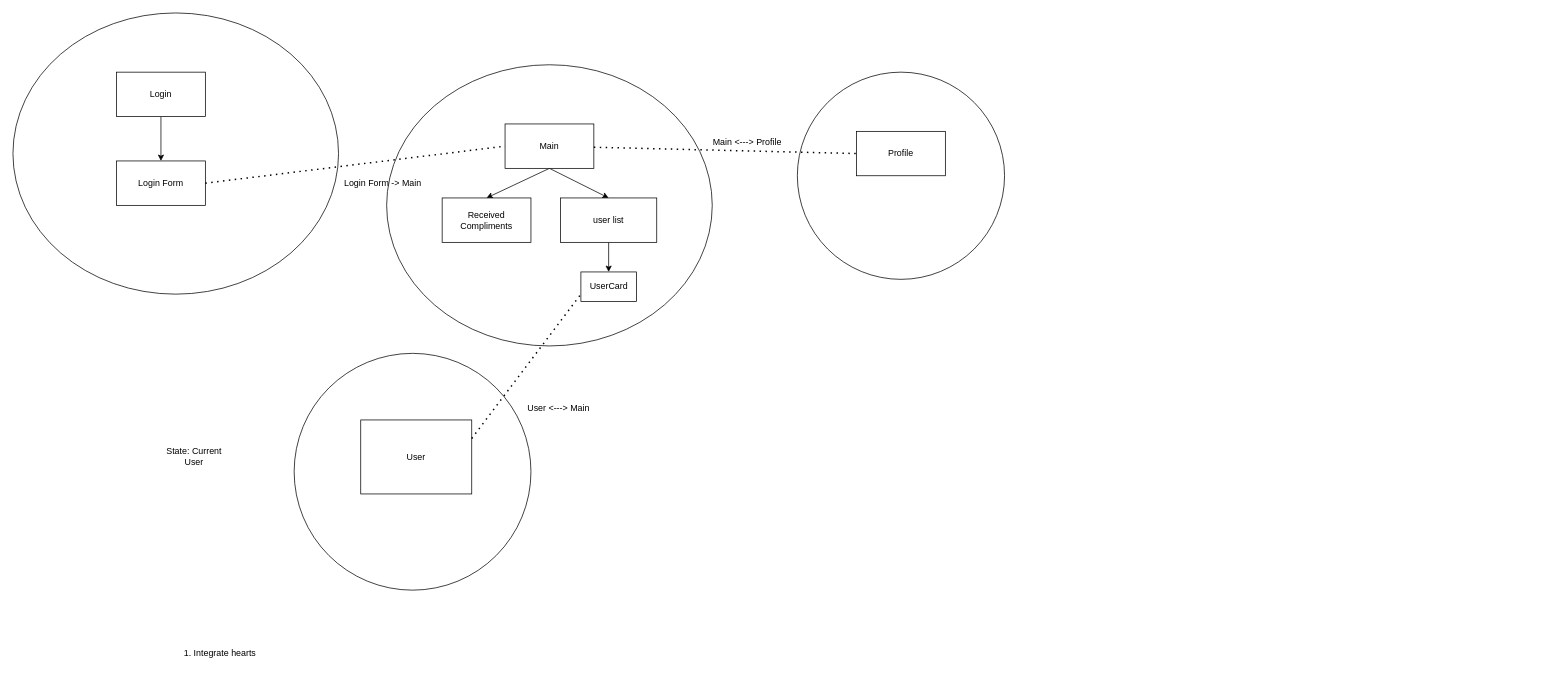
Before: client/src/components/componentMap.drawio in ekollie/phase-4-project, a draw.io diagram. Source tidied: cells renumbered, new cells numbered last; positions are measured from the earlier drawing's top-left corner, leaving out a move shared by most shapes. Both pictures are drawn from the tidied source at 74%, with x=0, y=0 at pixel (13, 13).
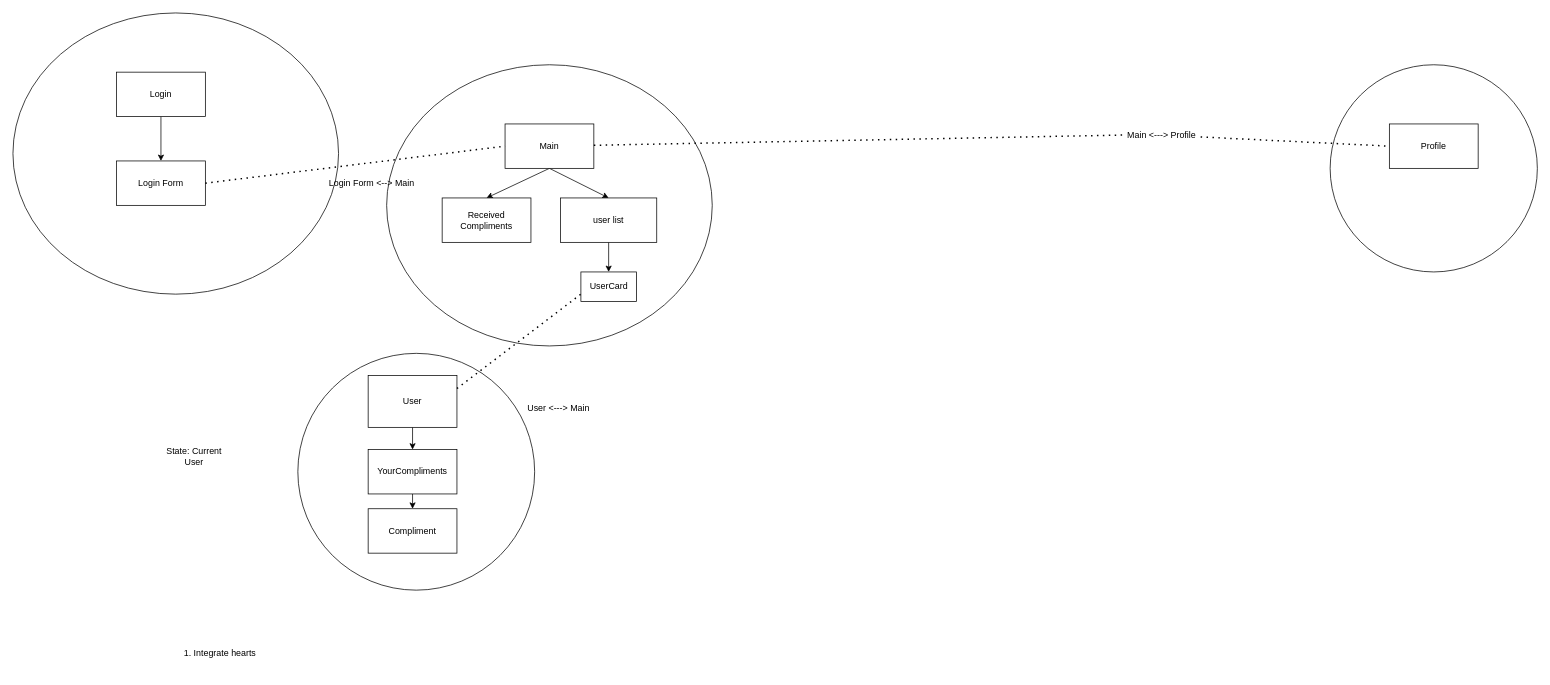
The same diagram, later.

Unchanged cells that the change refers to:
```xml
<mxCell id="5" value="Main" style="rounded=0;whiteSpace=wrap;html=1;" parent="1" vertex="1">
  <mxGeometry x="665" y="150" width="120" height="60" as="geometry" />
</mxCell>
```

Diff of the diagram source:
```diff
@@
-    <mxCell id="14" value="Login Form -&amp;gt; Main" style="text;html=1;strokeColor=none;fillColor=none;align=center;verticalAlign=middle;whiteSpace=wrap;rounded=0;" parent="1" vertex="1">
-      <mxGeometry x="435" y="210" width="130" height="40" as="geometry" />
+    <mxCell id="14" value="Login Form &amp;lt;--&amp;gt; Main" style="text;html=1;strokeColor=none;fillColor=none;align=center;verticalAlign=middle;whiteSpace=wrap;rounded=0;" parent="1" vertex="1">
+      <mxGeometry x="420" y="210" width="130" height="40" as="geometry" />
     </mxCell>
@@
     <mxCell id="16" style="ellipse;whiteSpace=wrap;html=1;" parent="1" vertex="1">
-      <mxGeometry x="380" y="460" width="320" height="320" as="geometry" />
+      <mxGeometry x="385" y="460" width="320" height="320" as="geometry" />
     </mxCell>
+    <mxCell id="26" style="edgeStyle=none;html=1;exitX=0.5;exitY=1;exitDx=0;exitDy=0;entryX=0.5;entryY=0;entryDx=0;entryDy=0;" parent="1" edge="1" source="17" target="28">
+      <mxGeometry relative="1" as="geometry" />
+    </mxCell>
     <mxCell id="17" value="User" style="rounded=0;whiteSpace=wrap;html=1;" parent="1" vertex="1">
-      <mxGeometry x="470" y="550" width="150" height="100" as="geometry" />
+      <mxGeometry x="480" y="490" width="120" height="70" as="geometry" />
     </mxCell>
@@
     <mxCell id="20" style="ellipse;whiteSpace=wrap;html=1;" parent="1" vertex="1">
-      <mxGeometry x="1060" y="80" width="280" height="280" as="geometry" />
+      <mxGeometry x="1780" y="70" width="280" height="280" as="geometry" />
     </mxCell>
     <mxCell id="21" value="Profile" style="rounded=0;whiteSpace=wrap;html=1;" parent="1" vertex="1">
-      <mxGeometry x="1140" y="160" width="120" height="60" as="geometry" />
+      <mxGeometry x="1860" y="150" width="120" height="60" as="geometry" />
     </mxCell>
-    <mxCell id="22" style="endArrow=none;dashed=1;html=1;dashPattern=1 3;strokeWidth=2;entryX=0;entryY=0.5;entryDx=0;entryDy=0;" parent="1" edge="1" source="5" target="21">
+    <mxCell id="22" style="endArrow=none;dashed=1;html=1;dashPattern=1 3;strokeWidth=2;entryX=0;entryY=0.5;entryDx=0;entryDy=0;startArrow=none;" parent="1" edge="1" source="23" target="21">
       <mxGeometry relative="1" as="geometry" />
     </mxCell>
-    <mxCell id="23" value="Main &amp;lt;---&amp;gt; Profile" style="text;html=1;strokeColor=none;fillColor=none;align=center;verticalAlign=middle;whiteSpace=wrap;rounded=0;" parent="1" vertex="1">
-      <mxGeometry x="940" y="160" width="105" height="30" as="geometry" />
-    </mxCell>
@@
+    <mxCell id="27" style="edgeStyle=none;html=1;exitX=0.5;exitY=1;exitDx=0;exitDy=0;" parent="1" edge="1" source="28" target="29">
+      <mxGeometry relative="1" as="geometry" />
+    </mxCell>
+    <mxCell id="28" value="YourCompliments" style="rounded=0;whiteSpace=wrap;html=1;" parent="1" vertex="1">
+      <mxGeometry x="480" y="590" width="120" height="60" as="geometry" />
+    </mxCell>
+    <mxCell id="29" value="Compliment" style="rounded=0;whiteSpace=wrap;html=1;" parent="1" vertex="1">
+      <mxGeometry x="480" y="670" width="120" height="60" as="geometry" />
+    </mxCell>
+    <mxCell id="30" style="endArrow=none;dashed=1;html=1;dashPattern=1 3;strokeWidth=2;entryX=0;entryY=0.5;entryDx=0;entryDy=0;" parent="1" edge="1" source="5" target="23">
+      <mxGeometry relative="1" as="geometry" />
+    </mxCell>
+    <mxCell id="23" value="Main &amp;lt;---&amp;gt; Profile" style="text;html=1;strokeColor=none;fillColor=none;align=center;verticalAlign=middle;whiteSpace=wrap;rounded=0;" parent="1" vertex="1">
+      <mxGeometry x="1500" y="150" width="105" height="30" as="geometry" />
+    </mxCell>
```
